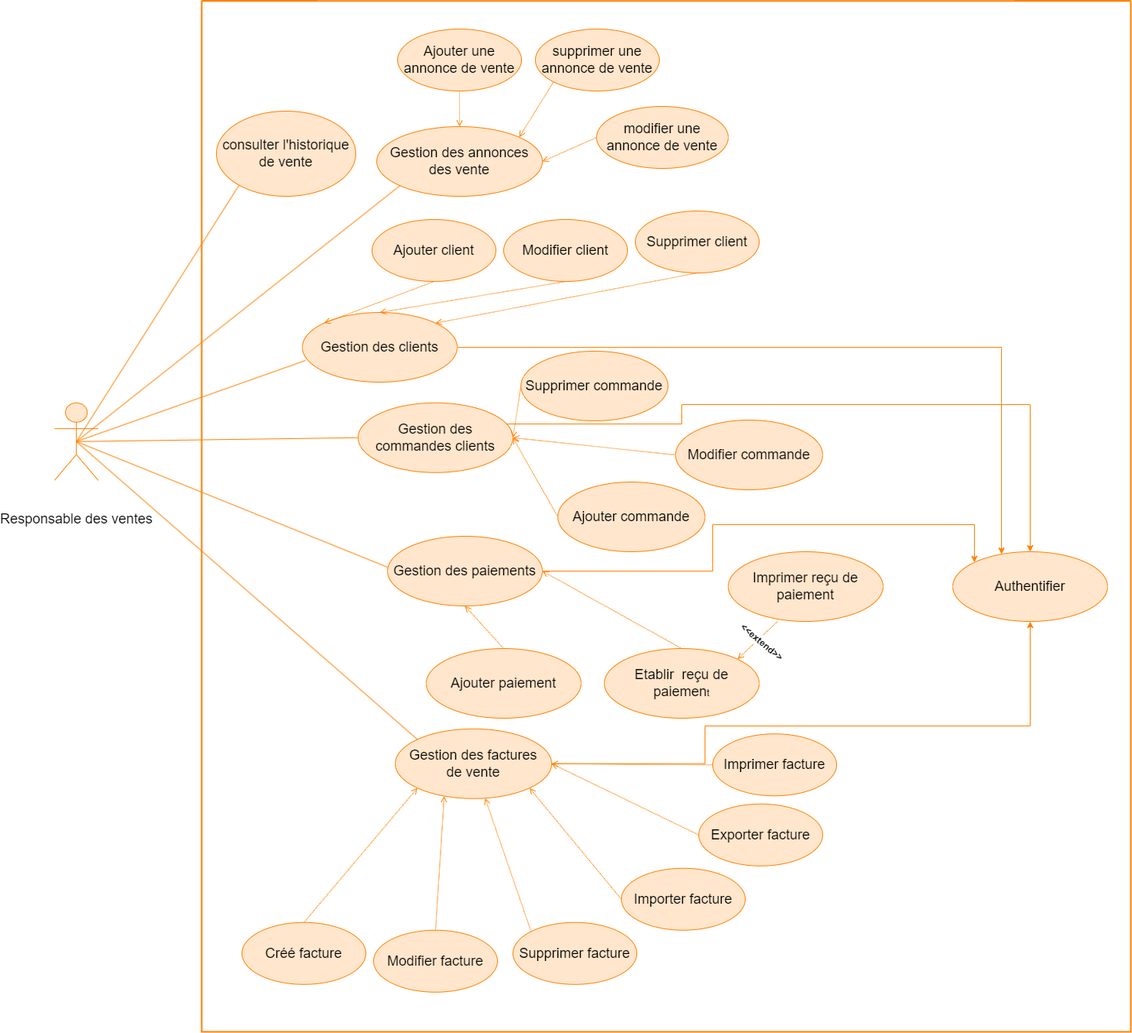
The draw.io diagram images/usecas RV.png in alizhassane/pfe, before a commit. Source tidied: cells renumbered, new cells last; positions are measured from the earlier drawing's top-left corner, leaving out a move shared by most shapes.
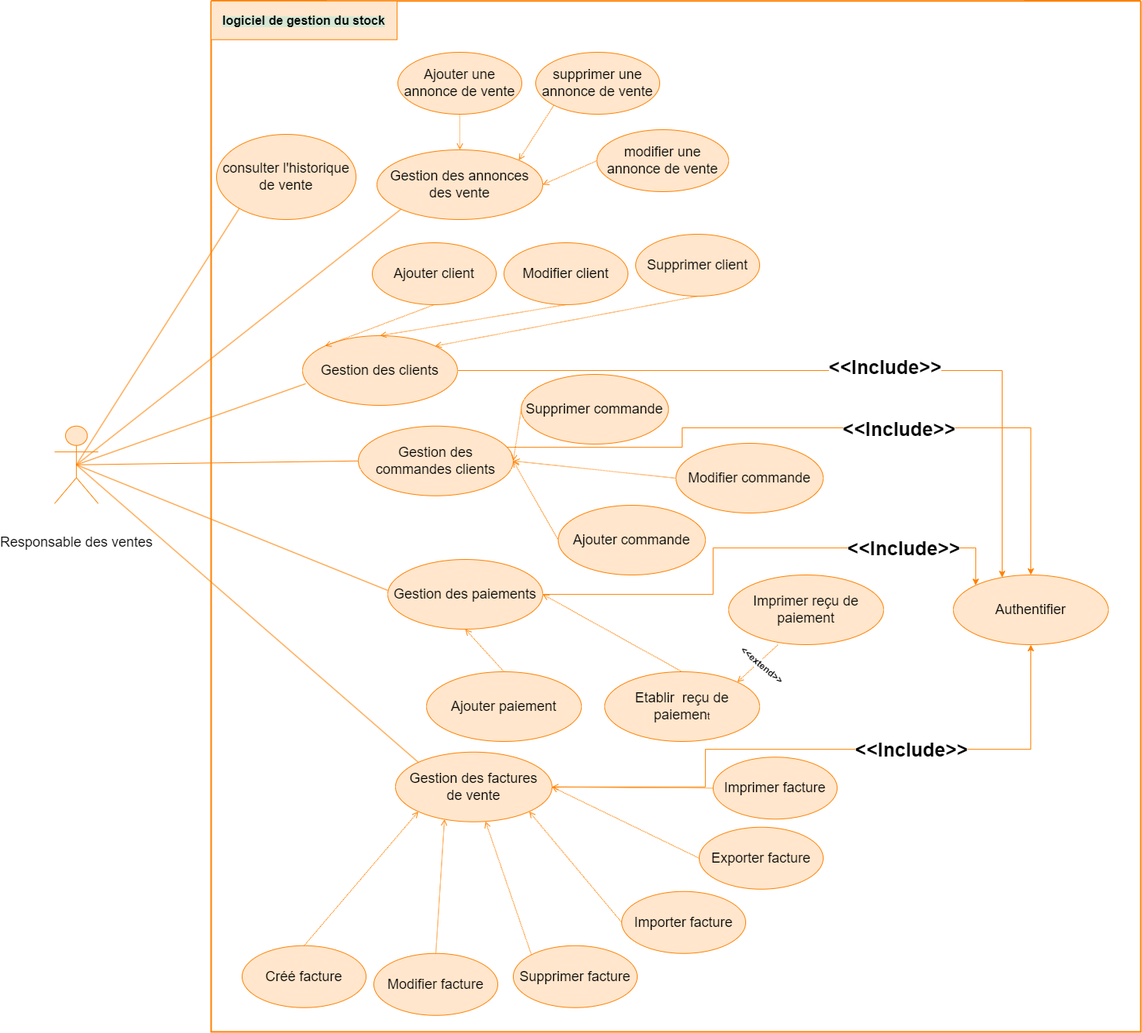
The same file after the commit.

Diff of the diagram source:
```diff
@@ -50,7 +50,7 @@
     <mxCell id="12" style="rounded=0;jettySize=auto;html=1;dashed=1;dashPattern=1 1;endArrow=open;endFill=0;entryX=1;entryY=0.5;entryDx=0;entryDy=0;exitX=0.5;exitY=0;exitDx=0;exitDy=0;strokeColor=#FF8000;align=center;verticalAlign=middle;fontFamily=Helvetica;fontSize=12;fontColor=default;fillColor=#FFE6CC;" parent="1" edge="1" source="37" target="9">
       <mxGeometry relative="1" as="geometry" />
     </mxCell>
-    <mxCell id="13" style="rounded=0;jettySize=auto;html=1;endArrow=none;endFill=0;exitX=0;exitY=0.444;exitDx=0;exitDy=0;exitPerimeter=0;entryX=0.5;entryY=0.5;entryDx=0;entryDy=0;entryPerimeter=0;strokeColor=#FF8000;align=center;verticalAlign=middle;fontFamily=Helvetica;fontSize=12;fontColor=default;fillColor=#FFE6CC;" parent="1" edge="1" source="9" target="57">
+    <mxCell id="13" style="rounded=0;jettySize=auto;html=1;endArrow=none;endFill=0;exitX=0;exitY=0.444;exitDx=0;exitDy=0;exitPerimeter=0;entryX=0.5;entryY=0.5;entryDx=0;entryDy=0;entryPerimeter=0;strokeColor=#FF8000;align=center;verticalAlign=middle;fontFamily=Helvetica;fontSize=12;fontColor=default;fillColor=#FFE6CC;" parent="1" edge="1" source="9" target="62">
       <mxGeometry relative="1" as="geometry" />
     </mxCell>
     <mxCell id="14" style="rounded=0;jettySize=auto;html=1;dashed=1;dashPattern=1 1;endArrow=open;endFill=0;entryX=0;entryY=1;entryDx=0;entryDy=0;exitX=0.5;exitY=0;exitDx=0;exitDy=0;strokeColor=#FF8000;align=center;verticalAlign=middle;fontFamily=Helvetica;fontSize=12;fontColor=default;fillColor=#FFE6CC;" parent="1" edge="1" source="34" target="17">
@@ -74,7 +74,7 @@
     <mxCell id="18" style="rounded=0;jettySize=auto;html=1;dashed=1;dashPattern=1 1;endArrow=open;endFill=0;entryX=1;entryY=0;entryDx=0;entryDy=0;exitX=0.5;exitY=1;exitDx=0;exitDy=0;strokeColor=#FF8000;align=center;verticalAlign=middle;fontFamily=Helvetica;fontSize=12;fontColor=default;fillColor=#FFE6CC;" parent="1" edge="1" source="32" target="3">
       <mxGeometry relative="1" as="geometry" />
     </mxCell>
-    <mxCell id="19" style="rounded=0;jettySize=auto;html=1;endArrow=none;endFill=0;entryX=0.5;entryY=0.5;entryDx=0;entryDy=0;entryPerimeter=0;exitX=0.5;exitY=0;exitDx=0;exitDy=0;strokeColor=#FF8000;align=center;verticalAlign=middle;fontFamily=Helvetica;fontSize=12;fontColor=default;fillColor=#FFE6CC;" parent="1" edge="1" source="20" target="57">
+    <mxCell id="19" style="rounded=0;jettySize=auto;html=1;endArrow=none;endFill=0;entryX=0.5;entryY=0.5;entryDx=0;entryDy=0;entryPerimeter=0;exitX=0.5;exitY=0;exitDx=0;exitDy=0;strokeColor=#FF8000;align=center;verticalAlign=middle;fontFamily=Helvetica;fontSize=12;fontColor=default;fillColor=#FFE6CC;" parent="1" edge="1" source="20" target="62">
       <mxGeometry relative="1" as="geometry" />
     </mxCell>
     <mxCell id="20" value="&lt;span style=&quot;font-size: 18px;&quot;&gt;consulter l'historique de vente&lt;/span&gt;" style="ellipse;whiteSpace=wrap;html=1;strokeColor=#FF8000;align=center;verticalAlign=middle;fontFamily=Helvetica;fontSize=12;fontColor=default;fillColor=#FFE6CC;" parent="1" vertex="1">
@@ -86,7 +86,7 @@
     <mxCell id="22" style="rounded=0;jettySize=auto;html=1;dashed=1;dashPattern=1 1;endArrow=open;endFill=0;entryX=0.313;entryY=0.963;entryDx=0;entryDy=0;exitX=0.5;exitY=0;exitDx=0;exitDy=0;entryPerimeter=0;strokeColor=#FF8000;align=center;verticalAlign=middle;fontFamily=Helvetica;fontSize=12;fontColor=default;fillColor=#FFE6CC;" parent="1" edge="1" source="21" target="17">
       <mxGeometry relative="1" as="geometry" />
     </mxCell>
-    <mxCell id="23" style="rounded=0;jettySize=auto;html=1;endArrow=none;endFill=0;exitX=0;exitY=0;exitDx=0;exitDy=0;entryX=0.5;entryY=0.5;entryDx=0;entryDy=0;entryPerimeter=0;strokeColor=#FF8000;align=center;verticalAlign=middle;fontFamily=Helvetica;fontSize=12;fontColor=default;fillColor=#FFE6CC;" parent="1" edge="1" source="17" target="57">
+    <mxCell id="23" style="rounded=0;jettySize=auto;html=1;endArrow=none;endFill=0;exitX=0;exitY=0;exitDx=0;exitDy=0;entryX=0.5;entryY=0.5;entryDx=0;entryDy=0;entryPerimeter=0;strokeColor=#FF8000;align=center;verticalAlign=middle;fontFamily=Helvetica;fontSize=12;fontColor=default;fillColor=#FFE6CC;" parent="1" edge="1" source="17" target="62">
       <mxGeometry relative="1" as="geometry" />
     </mxCell>
     <mxCell id="24" value="&lt;span style=&quot;font-size: 18px;&quot;&gt;Importer facture&lt;/span&gt;" style="ellipse;whiteSpace=wrap;html=1;strokeColor=#FF8000;align=center;verticalAlign=middle;fontFamily=Helvetica;fontSize=12;fontColor=default;fillColor=#FFE6CC;" parent="1" vertex="1">
@@ -143,10 +143,10 @@
     <mxCell id="41" style="rounded=0;jettySize=auto;html=1;dashed=1;dashPattern=1 1;endArrow=open;endFill=0;entryX=0.5;entryY=0;entryDx=0;entryDy=0;exitX=0.5;exitY=1;exitDx=0;exitDy=0;strokeColor=#FF8000;align=center;verticalAlign=middle;fontFamily=Helvetica;fontSize=12;fontColor=default;fillColor=#FFE6CC;" parent="1" edge="1" source="6" target="3">
       <mxGeometry relative="1" as="geometry" />
     </mxCell>
-    <mxCell id="42" style="rounded=0;jettySize=auto;html=1;endArrow=none;endFill=0;entryX=0.5;entryY=0.5;entryDx=0;entryDy=0;entryPerimeter=0;exitX=0;exitY=0.5;exitDx=0;exitDy=0;strokeColor=#FF8000;align=center;verticalAlign=middle;fontFamily=Helvetica;fontSize=12;fontColor=default;fillColor=#FFE6CC;" parent="1" edge="1" source="5" target="57">
+    <mxCell id="42" style="rounded=0;jettySize=auto;html=1;endArrow=none;endFill=0;entryX=0.5;entryY=0.5;entryDx=0;entryDy=0;entryPerimeter=0;exitX=0;exitY=0.5;exitDx=0;exitDy=0;strokeColor=#FF8000;align=center;verticalAlign=middle;fontFamily=Helvetica;fontSize=12;fontColor=default;fillColor=#FFE6CC;" parent="1" edge="1" source="5" target="62">
       <mxGeometry relative="1" as="geometry" />
     </mxCell>
-    <mxCell id="43" style="rounded=0;jettySize=auto;html=1;endArrow=none;endFill=0;entryX=0.5;entryY=0.5;entryDx=0;entryDy=0;entryPerimeter=0;exitX=0.02;exitY=0.689;exitDx=0;exitDy=0;exitPerimeter=0;strokeColor=#FF8000;align=center;verticalAlign=middle;fontFamily=Helvetica;fontSize=12;fontColor=default;fillColor=#FFE6CC;" parent="1" edge="1" source="3" target="57">
+    <mxCell id="43" style="rounded=0;jettySize=auto;html=1;endArrow=none;endFill=0;entryX=0.5;entryY=0.5;entryDx=0;entryDy=0;entryPerimeter=0;exitX=0.02;exitY=0.689;exitDx=0;exitDy=0;exitPerimeter=0;strokeColor=#FF8000;align=center;verticalAlign=middle;fontFamily=Helvetica;fontSize=12;fontColor=default;fillColor=#FFE6CC;" parent="1" edge="1" source="3" target="62">
       <mxGeometry relative="1" as="geometry" />
     </mxCell>
     <mxCell id="44" style="rounded=0;jettySize=auto;html=1;dashed=1;dashPattern=1 1;endArrow=open;endFill=0;exitX=0;exitY=0.5;exitDx=0;exitDy=0;entryX=1;entryY=0.5;entryDx=0;entryDy=0;strokeColor=#FF8000;align=center;verticalAlign=middle;fontFamily=Helvetica;fontSize=12;fontColor=default;fillColor=#FFE6CC;" parent="1" edge="1" source="35" target="5">
@@ -158,7 +158,7 @@
     <mxCell id="46" value="&lt;span style=&quot;font-size: 18px;&quot;&gt;Gestion des annonces&lt;/span&gt;&lt;div&gt;&lt;span style=&quot;font-size: 18px;&quot;&gt;des vente&lt;/span&gt;&lt;/div&gt;" style="ellipse;whiteSpace=wrap;html=1;strokeColor=#FF8000;align=center;verticalAlign=middle;fontFamily=Helvetica;fontSize=12;fontColor=default;fillColor=#FFE6CC;" parent="1" vertex="1">
       <mxGeometry x="416.1" y="162" width="213.9" height="90" as="geometry" />
     </mxCell>
-    <mxCell id="47" style="rounded=0;jettySize=auto;html=1;endArrow=none;endFill=0;exitX=0;exitY=1;exitDx=0;exitDy=0;strokeColor=#FF8000;align=center;verticalAlign=middle;fontFamily=Helvetica;fontSize=12;fontColor=default;fillColor=#FFE6CC;entryX=0.5;entryY=0.5;entryDx=0;entryDy=0;entryPerimeter=0;" parent="1" edge="1" source="46" target="57">
+    <mxCell id="47" style="rounded=0;jettySize=auto;html=1;endArrow=none;endFill=0;exitX=0;exitY=1;exitDx=0;exitDy=0;strokeColor=#FF8000;align=center;verticalAlign=middle;fontFamily=Helvetica;fontSize=12;fontColor=default;fillColor=#FFE6CC;entryX=0.5;entryY=0.5;entryDx=0;entryDy=0;entryPerimeter=0;" parent="1" edge="1" source="46" target="62">
       <mxGeometry relative="1" as="geometry" />
     </mxCell>
     <mxCell id="48" value="&lt;span style=&quot;font-size: 18px;&quot;&gt;Ajouter une annonce de vente&lt;/span&gt;" style="ellipse;whiteSpace=wrap;html=1;strokeColor=#FF8000;align=center;verticalAlign=middle;fontFamily=Helvetica;fontSize=12;fontColor=default;fillColor=#FFE6CC;" parent="1" vertex="1">
@@ -188,10 +188,33 @@
       <mxGeometry x="1160" y="711" width="200" height="90" as="geometry" />
     </mxCell>
     <mxCell id="56" style="swimlane;startSize=0;strokeWidth=2;strokeColor=#FF8000;align=center;verticalAlign=middle;fontFamily=Helvetica;fontSize=12;fontColor=default;fillColor=#FFE6CC;" parent="1" vertex="1">
-      <mxGeometry x="190" y="-0.2" width="1200" height="1331.2" as="geometry" />
+      <mxGeometry x="202" y="-30.2" width="1200" height="1331.2" as="geometry" />
     </mxCell>
-    <mxCell id="57" value="&lt;span style=&quot;font-size: 18px;&quot;&gt;Responsable des ventes&lt;/span&gt;" style="shape=umlActor;verticalLabelPosition=bottom;verticalAlign=middle;html=1;outlineConnect=0;strokeColor=#FF8000;align=center;fontFamily=Helvetica;fontSize=12;fontColor=default;fillColor=#FFE6CC;" parent="1" vertex="1">
-      <mxGeometry y="518.8" width="56.2" height="100" as="geometry" />
+    <mxCell id="57" value="&lt;span style=&quot;background-color: rgb(213, 232, 212);&quot;&gt;&lt;font style=&quot;font-size: 16px;&quot;&gt;logiciel de gestion du stock&lt;/font&gt;&lt;/span&gt;" style="html=1;whiteSpace=wrap;fontSize=12;fontStyle=1;strokeColor=#FF8000;align=center;verticalAlign=middle;fontFamily=Helvetica;fontColor=default;fillColor=#FFE6CC;" parent="56" vertex="1">
+      <mxGeometry width="240" height="50" as="geometry" />
     </mxCell>
+    <mxCell id="58" value="&lt;font style=&quot;font-size: 25px;&quot;&gt;&amp;lt;&amp;lt;Include&amp;gt;&amp;gt;&lt;/font&gt;" style="edgeLabel;html=1;align=center;verticalAlign=middle;rotation=0;fontSize=12;fontStyle=1;strokeColor=#FF8000;fontFamily=Helvetica;fontColor=default;fillColor=#FFE6CC;" parent="56" vertex="1">
+      <mxGeometry x="880" y="442.2" as="geometry">
+        <mxPoint x="-11" y="29" as="offset" />
+      </mxGeometry>
+    </mxCell>
+    <mxCell id="59" value="&lt;font style=&quot;font-size: 25px;&quot;&gt;&amp;lt;&amp;lt;Include&amp;gt;&amp;gt;&lt;/font&gt;" style="edgeLabel;html=1;align=center;verticalAlign=middle;rotation=0;fontSize=12;fontStyle=1;strokeColor=#FF8000;fontFamily=Helvetica;fontColor=default;fillColor=#FFE6CC;" parent="56" vertex="1">
+      <mxGeometry x="898" y="522.2" as="geometry">
+        <mxPoint x="-11" y="29" as="offset" />
+      </mxGeometry>
+    </mxCell>
+    <mxCell id="60" value="&lt;font style=&quot;font-size: 25px;&quot;&gt;&amp;lt;&amp;lt;Include&amp;gt;&amp;gt;&lt;/font&gt;" style="edgeLabel;html=1;align=center;verticalAlign=middle;rotation=0;fontSize=12;fontStyle=1;strokeColor=#FF8000;fontFamily=Helvetica;fontColor=default;fillColor=#FFE6CC;" parent="56" vertex="1">
+      <mxGeometry x="904" y="676.2" as="geometry">
+        <mxPoint x="-11" y="29" as="offset" />
+      </mxGeometry>
+    </mxCell>
+    <mxCell id="61" value="&lt;font style=&quot;font-size: 25px;&quot;&gt;&amp;lt;&amp;lt;Include&amp;gt;&amp;gt;&lt;/font&gt;" style="edgeLabel;html=1;align=center;verticalAlign=middle;rotation=0;fontSize=12;fontStyle=1;strokeColor=#FF8000;fontFamily=Helvetica;fontColor=default;fillColor=#FFE6CC;" parent="56" vertex="1">
+      <mxGeometry x="914" y="936.2" as="geometry">
+        <mxPoint x="-11" y="29" as="offset" />
+      </mxGeometry>
+    </mxCell>
+    <mxCell id="62" value="&lt;span style=&quot;font-size: 18px;&quot;&gt;Responsable des ventes&lt;/span&gt;" style="shape=umlActor;verticalLabelPosition=bottom;verticalAlign=middle;html=1;outlineConnect=0;strokeColor=#FF8000;align=center;fontFamily=Helvetica;fontSize=12;fontColor=default;fillColor=#FFE6CC;" parent="1" vertex="1">
+      <mxGeometry y="518.8" width="56.2" height="100" as="geometry" />
+    </mxCell>
   </root>
 </mxGraphModel>
```
